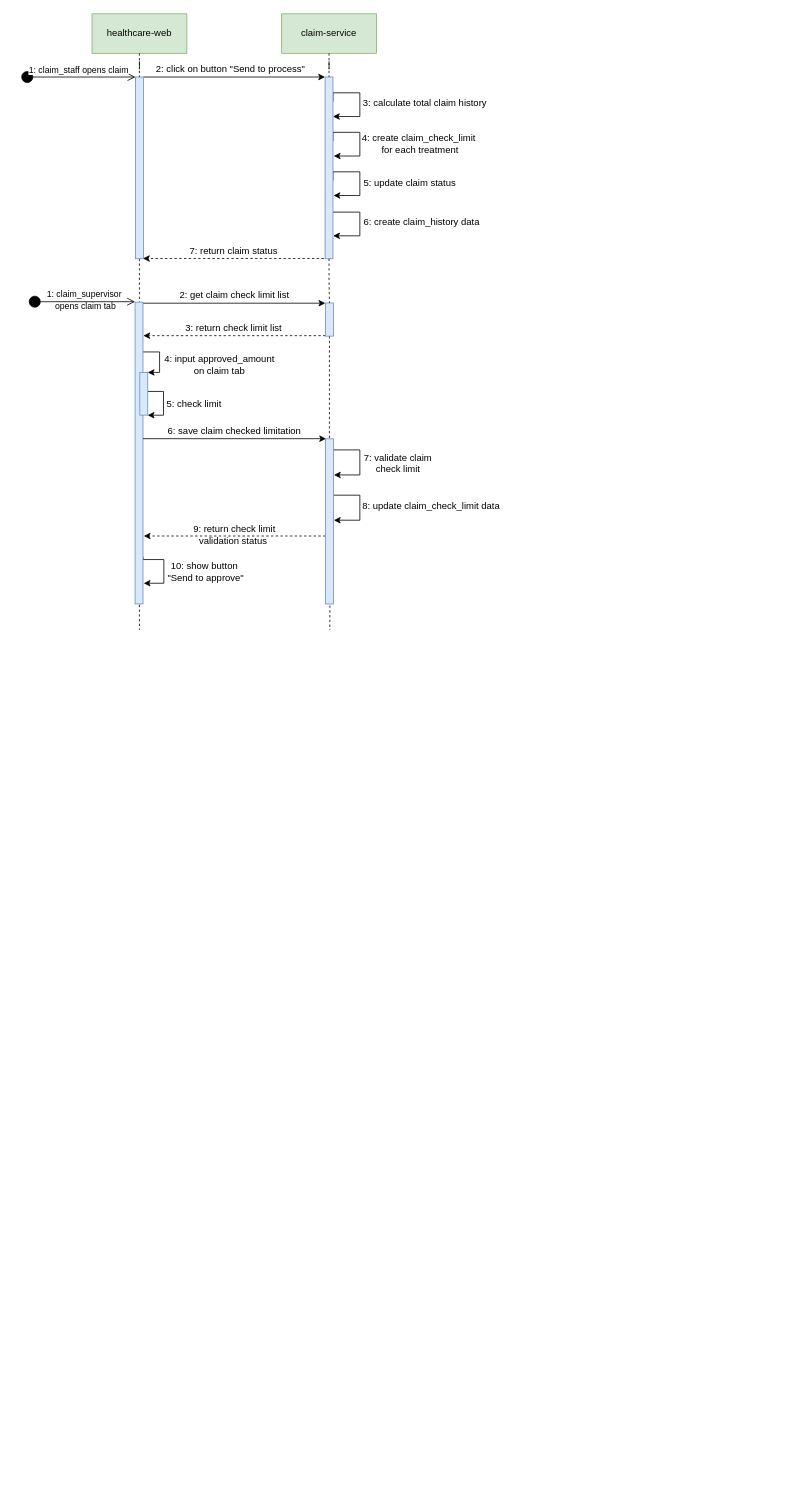
The draw.io diagram check limit.drawio in quanhieu/git-test-draw, before the edit. Source tidied: cells renumbered, new cells numbered last; positions are measured from the earlier drawing's top-left corner, leaving out a move shared by most shapes. Both pictures are drawn from the tidied source at 79%, with x=0, y=0 at pixel (21, 13).
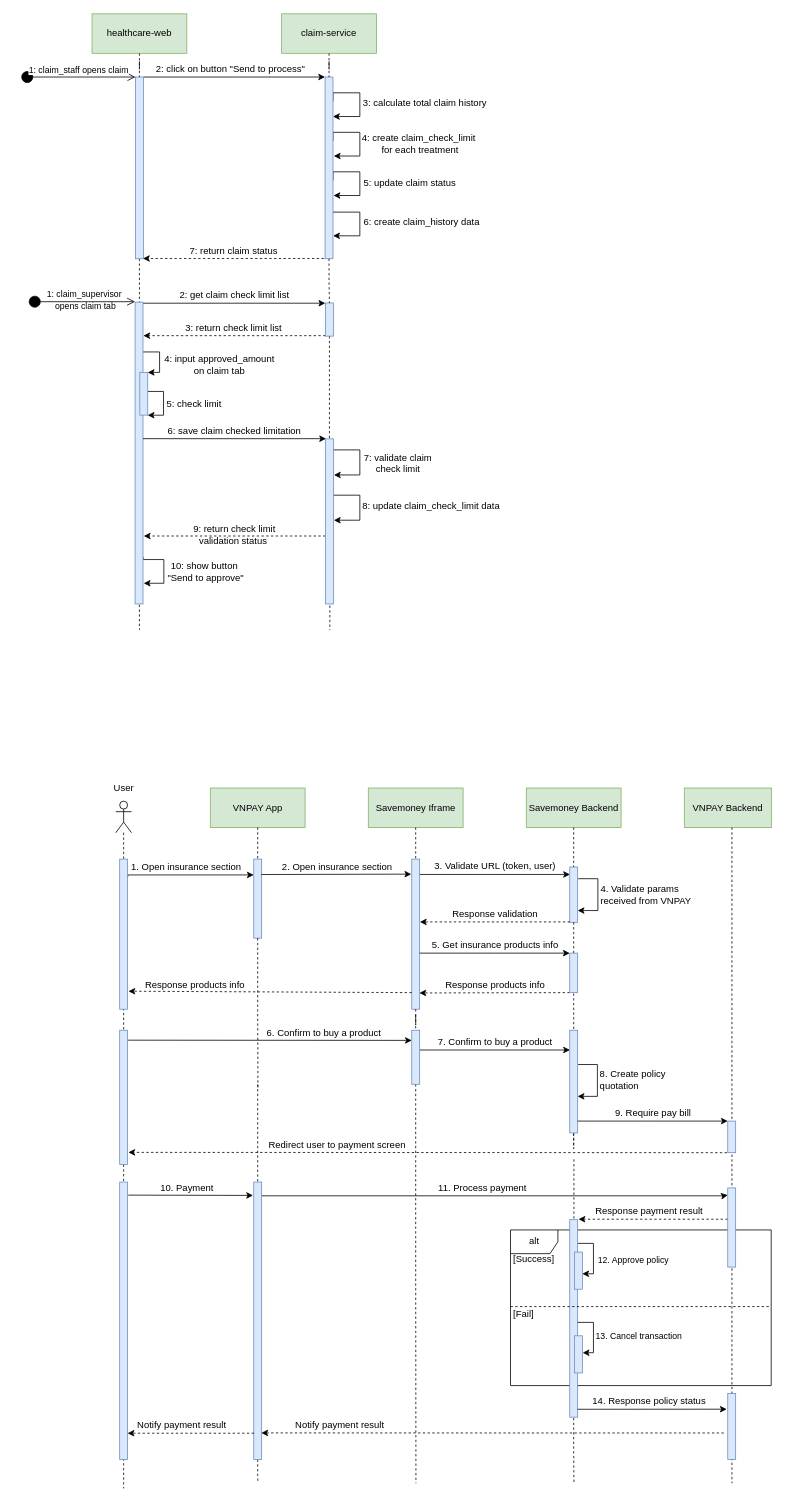
Above is the later version.

Change to the diagram source:
```diff
@@
+    <mxCell id="48" value="alt" style="shape=umlFrame;whiteSpace=wrap;html=1;" parent="1" vertex="1">
+      <mxGeometry x="619.7" y="1539.4" width="330" height="197" as="geometry" />
+    </mxCell>
+    <mxCell id="49" value="13. Cancel transaction" style="edgeLabel;html=1;align=center;verticalAlign=middle;" parent="1" vertex="1">
+      <mxGeometry x="783.7" y="1675.4" as="geometry">
+        <mxPoint x="-2" y="-2" as="offset" />
+      </mxGeometry>
+    </mxCell>
+    <mxCell id="50" style="edgeStyle=orthogonalEdgeStyle;rounded=0;jettySize=auto;html=1;dashed=1;endArrow=none;endFill=0;" parent="1" edge="1" source="102">
+      <mxGeometry relative="1" as="geometry">
+        <mxPoint x="300" y="1860" as="targetPoint" />
+      </mxGeometry>
+    </mxCell>
+    <mxCell id="51" value="VNPAY App" style="rounded=0;whiteSpace=wrap;html=1;fillColor=#d5e8d4;strokeColor=#82b366;" parent="1" vertex="1">
+      <mxGeometry x="239.7" y="980" width="120" height="50" as="geometry" />
+    </mxCell>
+    <mxCell id="52" value="Savemoney Iframe" style="rounded=0;whiteSpace=wrap;html=1;fillColor=#d5e8d4;strokeColor=#82b366;" parent="1" vertex="1">
+      <mxGeometry x="439.7" y="980" width="120" height="50" as="geometry" />
+    </mxCell>
+    <mxCell id="53" style="edgeStyle=orthogonalEdgeStyle;rounded=0;jettySize=auto;html=1;dashed=1;endArrow=none;endFill=0;strokeWidth=1;exitX=0.5;exitY=1.004;exitDx=0;exitDy=0;exitPerimeter=0;" parent="1" edge="1" source="110">
+      <mxGeometry relative="1" as="geometry">
+        <mxPoint x="700" y="1860" as="targetPoint" />
+      </mxGeometry>
+    </mxCell>
+    <mxCell id="54" value="Savemoney Backend" style="rounded=0;whiteSpace=wrap;html=1;fillColor=#d5e8d4;strokeColor=#82b366;" parent="1" vertex="1">
+      <mxGeometry x="639.7" y="980" width="120" height="50" as="geometry" />
+    </mxCell>
+    <mxCell id="55" value="VNPAY Backend" style="rounded=0;whiteSpace=wrap;html=1;fillColor=#d5e8d4;strokeColor=#82b366;" parent="1" vertex="1">
+      <mxGeometry x="839.7" y="980" width="110.3" height="50" as="geometry" />
+    </mxCell>
+    <mxCell id="56" style="html=1;points=[];perimeter=orthogonalPerimeter;fillColor=#dae8fc;strokeColor=#6c8ebf;" parent="1" vertex="1">
+      <mxGeometry x="494.7" y="1070" width="10" height="190" as="geometry" />
+    </mxCell>
+    <mxCell id="57" style="edgeStyle=orthogonalEdgeStyle;rounded=0;jettySize=auto;html=1;dashed=1;endArrow=none;endFill=0;strokeWidth=1;exitX=0.5;exitY=1;exitDx=0;exitDy=0;" parent="1" edge="1" source="52" target="56">
+      <mxGeometry relative="1" as="geometry" />
+    </mxCell>
+    <mxCell id="58" style="endArrow=classic;html=1;" parent="1" edge="1">
+      <mxGeometry relative="1" as="geometry">
+        <mxPoint x="505" y="1089.4" as="sourcePoint" />
+        <mxPoint x="695" y="1089.4" as="targetPoint" />
+        <Array as="points">
+          <mxPoint x="590" y="1089.4" />
+        </Array>
+      </mxGeometry>
+    </mxCell>
+    <mxCell id="59" style="edgeStyle=orthogonalEdgeStyle;rounded=0;orthogonalLoop=1;jettySize=auto;html=1;entryX=0.945;entryY=0.703;entryDx=0;entryDy=0;entryPerimeter=0;" parent="1" edge="1">
+      <mxGeometry relative="1" as="geometry">
+        <mxPoint x="705.3" y="1094.8" as="sourcePoint" />
+        <mxPoint x="704.7" y="1135.1" as="targetPoint" />
+        <Array as="points">
+          <mxPoint x="730.3" y="1094.8" />
+          <mxPoint x="730.3" y="1134.8" />
+        </Array>
+      </mxGeometry>
+    </mxCell>
+    <mxCell id="60" style="html=1;points=[];perimeter=orthogonalPerimeter;fillColor=#dae8fc;strokeColor=#6c8ebf;" parent="1" vertex="1">
+      <mxGeometry x="694.7" y="1080" width="10" height="70" as="geometry" />
+    </mxCell>
+    <mxCell id="61" style="edgeStyle=orthogonalEdgeStyle;rounded=0;jettySize=auto;html=1;dashed=1;endArrow=none;endFill=0;strokeWidth=1;" parent="1" edge="1" source="54" target="60">
+      <mxGeometry relative="1" as="geometry" />
+    </mxCell>
+    <mxCell id="62" value="3. Validate URL (token, user)" style="text;html=1;align=center;verticalAlign=middle;" parent="1" vertex="1">
+      <mxGeometry x="515" y="1069.4" width="170" height="20" as="geometry" />
+    </mxCell>
+    <mxCell id="63" style="endArrow=classic;html=1;dashed=1;" parent="1" edge="1">
+      <mxGeometry relative="1" as="geometry">
+        <mxPoint x="695" y="1149.5" as="sourcePoint" />
+        <mxPoint x="505" y="1149.5" as="targetPoint" />
+      </mxGeometry>
+    </mxCell>
+    <mxCell id="64" value="Response validation" style="text;html=1;align=center;verticalAlign=middle;" parent="1" vertex="1">
+      <mxGeometry x="540" y="1129.5" width="120" height="20" as="geometry" />
+    </mxCell>
+    <mxCell id="65" style="endArrow=classic;html=1;" parent="1" edge="1">
+      <mxGeometry relative="1" as="geometry">
+        <mxPoint x="504.7" y="1189" as="sourcePoint" />
+        <mxPoint x="694.7" y="1189" as="targetPoint" />
+        <Array as="points">
+          <mxPoint x="589.7" y="1189" />
+        </Array>
+      </mxGeometry>
+    </mxCell>
+    <mxCell id="66" style="endArrow=classic;html=1;dashed=1;entryX=0.971;entryY=0.659;entryDx=0;entryDy=0;entryPerimeter=0;" parent="1" edge="1" source="90">
+      <mxGeometry relative="1" as="geometry">
+        <mxPoint x="504.4" y="1239.4" as="targetPoint" />
+      </mxGeometry>
+    </mxCell>
+    <mxCell id="67" value="Response products info" style="text;html=1;align=center;verticalAlign=middle;" parent="1" vertex="1">
+      <mxGeometry x="529.7" y="1219" width="140" height="20" as="geometry" />
+    </mxCell>
+    <mxCell id="68" value="5. Get insurance products info" style="text;html=1;align=center;verticalAlign=middle;" parent="1" vertex="1">
+      <mxGeometry x="509.7" y="1169" width="180" height="20" as="geometry" />
+    </mxCell>
+    <mxCell id="69" value="4. Validate params&lt;br&gt;received from VNPAY" style="text;html=1;align=left;verticalAlign=middle;" parent="1" vertex="1">
+      <mxGeometry x="732.3" y="1100" width="130" height="30" as="geometry" />
+    </mxCell>
+    <mxCell id="70" style="edgeStyle=orthogonalEdgeStyle;rounded=0;jettySize=auto;html=1;dashed=1;endArrow=none;endFill=0;strokeWidth=1;" parent="1" edge="1" source="84">
+      <mxGeometry relative="1" as="geometry">
+        <mxPoint x="699.7" y="1360" as="targetPoint" />
+      </mxGeometry>
+    </mxCell>
+    <mxCell id="71" style="shape=umlLifeline;participant=umlActor;perimeter=lifelinePerimeter;whiteSpace=wrap;html=1;verticalAlign=top;spacingTop=36;shadow=0;" parent="1" vertex="1">
+      <mxGeometry x="120" y="996.6" width="20" height="870" as="geometry" />
+    </mxCell>
+    <mxCell id="72" style="html=1;points=[];perimeter=orthogonalPerimeter;shadow=0;fillColor=#dae8fc;strokeColor=#6c8ebf;" parent="71" vertex="1">
+      <mxGeometry x="5" y="290" width="10" height="170" as="geometry" />
+    </mxCell>
+    <mxCell id="73" style="html=1;perimeter=orthogonalPerimeter;fillColor=#dae8fc;strokeColor=#6c8ebf;" parent="71" vertex="1">
+      <mxGeometry x="5" y="482.2" width="10" height="351.2" as="geometry" />
+    </mxCell>
+    <mxCell id="74" value="1. Open insurance section" style="text;html=1;align=center;verticalAlign=middle;" parent="1" vertex="1">
+      <mxGeometry x="134" y="1070" width="150" height="20" as="geometry" />
+    </mxCell>
+    <mxCell id="75" style="edgeStyle=orthogonalEdgeStyle;rounded=0;jettySize=auto;html=1;exitX=1.019;exitY=0.03;exitDx=0;exitDy=0;exitPerimeter=0;" parent="1" edge="1" target="76">
+      <mxGeometry relative="1" as="geometry">
+        <mxPoint x="135.2" y="1092.8" as="sourcePoint" />
+        <Array as="points">
+          <mxPoint x="135" y="1090" />
+        </Array>
+      </mxGeometry>
+    </mxCell>
+    <mxCell id="76" style="html=1;points=[];perimeter=orthogonalPerimeter;fillColor=#dae8fc;strokeColor=#6c8ebf;" parent="1" vertex="1">
+      <mxGeometry x="294.7" y="1070" width="10" height="100" as="geometry" />
+    </mxCell>
+    <mxCell id="77" style="edgeStyle=orthogonalEdgeStyle;rounded=0;jettySize=auto;html=1;dashed=1;endArrow=none;endFill=0;" parent="1" edge="1" source="51" target="76">
+      <mxGeometry relative="1" as="geometry" />
+    </mxCell>
+    <mxCell id="78" value="2. Open insurance section" style="text;html=1;align=center;verticalAlign=middle;" parent="1" vertex="1">
+      <mxGeometry x="324.7" y="1070" width="150" height="20" as="geometry" />
+    </mxCell>
+    <mxCell id="79" style="endArrow=classic;html=1;dashed=1;entryX=1.115;entryY=0.22;entryDx=0;entryDy=0;entryPerimeter=0;" parent="1" edge="1">
+      <mxGeometry relative="1" as="geometry">
+        <mxPoint x="494.7" y="1239" as="sourcePoint" />
+        <mxPoint x="136.1" y="1237.2" as="targetPoint" />
+      </mxGeometry>
+    </mxCell>
+    <mxCell id="80" value="Response products info" style="text;html=1;align=center;verticalAlign=middle;" parent="1" vertex="1">
+      <mxGeometry x="150" y="1219" width="140" height="20" as="geometry" />
+    </mxCell>
+    <mxCell id="81" value="6. Confirm to buy a product&amp;nbsp;" style="text;html=1;align=center;verticalAlign=middle;" parent="1" vertex="1">
+      <mxGeometry x="304.7" y="1280" width="160" height="20" as="geometry" />
+    </mxCell>
+    <mxCell id="82" style="endArrow=classic;html=1;" parent="1" edge="1">
+      <mxGeometry relative="1" as="geometry">
+        <mxPoint x="505" y="1311.6" as="sourcePoint" />
+        <mxPoint x="695" y="1311.6" as="targetPoint" />
+        <Array as="points">
+          <mxPoint x="590" y="1311.6" />
+        </Array>
+      </mxGeometry>
+    </mxCell>
+    <mxCell id="83" value="7. Confirm to buy a product" style="text;html=1;align=center;verticalAlign=middle;" parent="1" vertex="1">
+      <mxGeometry x="520" y="1291.6" width="160" height="20" as="geometry" />
+    </mxCell>
+    <mxCell id="84" style="html=1;points=[];perimeter=orthogonalPerimeter;fillColor=#dae8fc;strokeColor=#6c8ebf;" parent="1" vertex="1">
+      <mxGeometry x="694.7" y="1286.6" width="10" height="130" as="geometry" />
+    </mxCell>
+    <mxCell id="85" style="edgeStyle=orthogonalEdgeStyle;rounded=0;jettySize=auto;html=1;dashed=1;endArrow=none;endFill=0;strokeWidth=1;" parent="1" edge="1" source="60" target="84">
+      <mxGeometry relative="1" as="geometry" />
+    </mxCell>
+    <mxCell id="86" style="edgeStyle=orthogonalEdgeStyle;rounded=0;orthogonalLoop=1;jettySize=auto;html=1;entryX=0.945;entryY=0.703;entryDx=0;entryDy=0;entryPerimeter=0;" parent="1" edge="1">
+      <mxGeometry relative="1" as="geometry">
+        <mxPoint x="705.3" y="1330" as="sourcePoint" />
+        <mxPoint x="704.7" y="1370.3" as="targetPoint" />
+        <Array as="points">
+          <mxPoint x="729.7" y="1330" />
+          <mxPoint x="729.7" y="1370" />
+        </Array>
+      </mxGeometry>
+    </mxCell>
+    <mxCell id="87" value="8. Create policy &lt;br&gt;quotation" style="text;html=1;align=left;verticalAlign=middle;" parent="1" vertex="1">
+      <mxGeometry x="730.7" y="1334" width="100" height="30" as="geometry" />
+    </mxCell>
+    <mxCell id="88" style="endArrow=classic;html=1;" parent="1" edge="1">
+      <mxGeometry relative="1" as="geometry">
+        <mxPoint x="704.7" y="1401.6" as="sourcePoint" />
+        <mxPoint x="894.7" y="1401.6" as="targetPoint" />
+        <Array as="points">
+          <mxPoint x="789.7" y="1401.6" />
+        </Array>
+      </mxGeometry>
+    </mxCell>
+    <mxCell id="89" value="9. Require pay bill" style="text;html=1;align=center;verticalAlign=middle;" parent="1" vertex="1">
+      <mxGeometry x="744.7" y="1381.6" width="110" height="20" as="geometry" />
+    </mxCell>
+    <mxCell id="90" style="html=1;points=[];perimeter=orthogonalPerimeter;fillColor=#dae8fc;strokeColor=#6c8ebf;" parent="1" vertex="1">
+      <mxGeometry x="694.7" y="1189" width="10" height="50" as="geometry" />
+    </mxCell>
+    <mxCell id="91" style="endArrow=classic;html=1;dashed=1;entryX=1.102;entryY=0.519;entryDx=0;entryDy=0;entryPerimeter=0;" parent="1" edge="1">
+      <mxGeometry relative="1" as="geometry">
+        <mxPoint x="893.7" y="1441.6" as="sourcePoint" />
+        <mxPoint x="136" y="1441.2" as="targetPoint" />
+      </mxGeometry>
+    </mxCell>
+    <mxCell id="92" value="Redirect user to payment screen" style="text;html=1;align=center;verticalAlign=middle;" parent="1" vertex="1">
+      <mxGeometry x="304.7" y="1421.6" width="190" height="20" as="geometry" />
+    </mxCell>
+    <mxCell id="93" style="endArrow=classic;html=1;entryX=-0.096;entryY=0.177;entryDx=0;entryDy=0;entryPerimeter=0;exitX=1.077;exitY=0.583;exitDx=0;exitDy=0;exitPerimeter=0;" parent="1" edge="1">
+      <mxGeometry relative="1" as="geometry">
+        <mxPoint x="135.8" y="1495.3" as="sourcePoint" />
+        <mxPoint x="293.8" y="1495.7" as="targetPoint" />
+      </mxGeometry>
+    </mxCell>
+    <mxCell id="94" value="10. Payment" style="text;html=1;align=center;verticalAlign=middle;" parent="1" vertex="1">
+      <mxGeometry x="170" y="1476" width="80" height="20" as="geometry" />
+    </mxCell>
+    <mxCell id="95" style="edgeStyle=orthogonalEdgeStyle;rounded=0;orthogonalLoop=1;jettySize=auto;html=1;entryX=0.029;entryY=0.292;entryDx=0;entryDy=0;entryPerimeter=0;" parent="1" edge="1">
+      <mxGeometry relative="1" as="geometry">
+        <mxPoint x="304.4" y="1496.2" as="sourcePoint" />
+        <mxPoint x="894.7" y="1495.3" as="targetPoint" />
+        <Array as="points">
+          <mxPoint x="889.4" y="1496.2" />
+        </Array>
+      </mxGeometry>
+    </mxCell>
+    <mxCell id="96" style="edgeStyle=orthogonalEdgeStyle;rounded=0;orthogonalLoop=1;jettySize=auto;html=1;dashed=1;endArrow=none;endFill=0;" parent="1" edge="1">
+      <mxGeometry relative="1" as="geometry">
+        <mxPoint x="299.7" y="1355" as="sourcePoint" />
+        <mxPoint x="299.7" y="1499.8" as="targetPoint" />
+      </mxGeometry>
+    </mxCell>
+    <mxCell id="97" style="edgeStyle=orthogonalEdgeStyle;rounded=0;orthogonalLoop=1;jettySize=auto;html=1;dashed=1;endArrow=none;endFill=0;strokeWidth=1;" parent="1" edge="1">
+      <mxGeometry relative="1" as="geometry">
+        <mxPoint x="900" y="1030" as="sourcePoint" />
+        <mxPoint x="900" y="1860" as="targetPoint" />
+      </mxGeometry>
+    </mxCell>
+    <mxCell id="98" style="html=1;perimeter=orthogonalPerimeter;fillColor=#dae8fc;strokeColor=#6c8ebf;" parent="1" vertex="1">
+      <mxGeometry x="894.7" y="1401.6" width="10" height="40" as="geometry" />
+    </mxCell>
+    <mxCell id="99" value="11. Process payment" style="text;html=1;align=center;verticalAlign=middle;" parent="1" vertex="1">
+      <mxGeometry x="519.4" y="1476" width="130" height="20" as="geometry" />
+    </mxCell>
+    <mxCell id="100" style="edgeStyle=orthogonalEdgeStyle;rounded=0;orthogonalLoop=1;jettySize=auto;html=1;dashed=1;entryX=1.114;entryY=0.12;entryDx=0;entryDy=0;entryPerimeter=0;" parent="1" edge="1">
+      <mxGeometry relative="1" as="geometry">
+        <mxPoint x="894.7" y="1525.8" as="sourcePoint" />
+        <mxPoint x="705.8" y="1525.8" as="targetPoint" />
+        <Array as="points">
+          <mxPoint x="705.7" y="1526.2" />
+        </Array>
+      </mxGeometry>
+    </mxCell>
+    <mxCell id="101" style="html=1;perimeter=orthogonalPerimeter;fillColor=#dae8fc;strokeColor=#6c8ebf;" parent="1" vertex="1">
+      <mxGeometry x="894.7" y="1486.2" width="10" height="100.2" as="geometry" />
+    </mxCell>
+    <mxCell id="102" style="html=1;points=[];perimeter=orthogonalPerimeter;fillColor=#dae8fc;strokeColor=#6c8ebf;" parent="1" vertex="1">
+      <mxGeometry x="294.7" y="1478.8" width="10" height="351.2" as="geometry" />
+    </mxCell>
+    <mxCell id="103" style="edgeStyle=orthogonalEdgeStyle;rounded=0;jettySize=auto;html=1;dashed=1;endArrow=none;endFill=0;strokeWidth=1;exitX=0.5;exitY=1;exitDx=0;exitDy=0;" parent="1" edge="1" source="126">
+      <mxGeometry relative="1" as="geometry">
+        <mxPoint x="500" y="1860" as="targetPoint" />
+      </mxGeometry>
+    </mxCell>
+    <mxCell id="104" value="Response payment result" style="text;html=1;align=center;verticalAlign=middle;" parent="1" vertex="1">
+      <mxGeometry x="720.3" y="1506.2" width="150" height="20" as="geometry" />
+    </mxCell>
+    <mxCell id="105" style="edgeStyle=orthogonalEdgeStyle;rounded=0;jettySize=auto;html=1;entryX=0.986;entryY=0.585;entryDx=0;entryDy=0;entryPerimeter=0;" parent="1" edge="1" target="113">
+      <mxGeometry relative="1" as="geometry">
+        <mxPoint x="704.7" y="1556.4" as="sourcePoint" />
+        <Array as="points">
+          <mxPoint x="724.7" y="1556.4" />
+          <mxPoint x="724.7" y="1595.4" />
+        </Array>
+      </mxGeometry>
+    </mxCell>
+    <mxCell id="106" value="12. Approve policy" style="edgeLabel;html=1;align=center;verticalAlign=middle;" parent="105" vertex="1">
+      <mxGeometry x="-0.28" relative="1" as="geometry">
+        <mxPoint x="50" y="15" as="offset" />
+      </mxGeometry>
+    </mxCell>
+    <mxCell id="107" value="[Success]" style="text;html=1;align=center;verticalAlign=middle;" parent="1" vertex="1">
+      <mxGeometry x="613.7" y="1567.4" width="70" height="20" as="geometry" />
+    </mxCell>
+    <mxCell id="108" value="[Fail]" style="text;html=1;align=center;verticalAlign=middle;" parent="1" vertex="1">
+      <mxGeometry x="615.7" y="1636.4" width="40" height="20" as="geometry" />
+    </mxCell>
+    <mxCell id="109" style="edgeStyle=orthogonalEdgeStyle;rounded=0;orthogonalLoop=1;jettySize=auto;html=1;dashed=1;endArrow=none;endFill=0;strokeWidth=1;" parent="1" edge="1">
+      <mxGeometry relative="1" as="geometry">
+        <mxPoint x="700" y="1450" as="sourcePoint" />
+        <mxPoint x="699.7" y="1700" as="targetPoint" />
+        <Array as="points">
+          <mxPoint x="700" y="1575" />
+        </Array>
+      </mxGeometry>
+    </mxCell>
+    <mxCell id="110" style="html=1;points=[];perimeter=orthogonalPerimeter;fillColor=#dae8fc;strokeColor=#6c8ebf;" parent="1" vertex="1">
+      <mxGeometry x="694.7" y="1526.4" width="10" height="250" as="geometry" />
+    </mxCell>
+    <mxCell id="111" style="edgeStyle=orthogonalEdgeStyle;rounded=0;jettySize=auto;html=1;entryX=1.035;entryY=0.456;entryDx=0;entryDy=0;entryPerimeter=0;" parent="1" edge="1" target="112">
+      <mxGeometry relative="1" as="geometry">
+        <mxPoint x="704.7" y="1656.4" as="sourcePoint" />
+        <Array as="points">
+          <mxPoint x="724.7" y="1656.4" />
+          <mxPoint x="724.7" y="1694.4" />
+        </Array>
+      </mxGeometry>
+    </mxCell>
+    <mxCell id="112" style="html=1;points=[];perimeter=orthogonalPerimeter;fillColor=#dae8fc;strokeColor=#6c8ebf;" parent="1" vertex="1">
+      <mxGeometry x="700.7" y="1673.4" width="10" height="47" as="geometry" />
+    </mxCell>
+    <mxCell id="113" style="html=1;points=[];perimeter=orthogonalPerimeter;fillColor=#dae8fc;strokeColor=#6c8ebf;" parent="1" vertex="1">
+      <mxGeometry x="700.7" y="1567.4" width="10" height="47" as="geometry" />
+    </mxCell>
+    <mxCell id="114" style="endArrow=none;dashed=1;html=1;" parent="1" edge="1">
+      <mxGeometry relative="1" as="geometry">
+        <mxPoint x="619.7" y="1636.4" as="sourcePoint" />
+        <mxPoint x="949.7" y="1636.4" as="targetPoint" />
+      </mxGeometry>
+    </mxCell>
+    <mxCell id="115" style="endArrow=classic;html=1;dashed=1;entryX=0.96;entryY=0.94;entryDx=0;entryDy=0;entryPerimeter=0;" parent="1" edge="1">
+      <mxGeometry relative="1" as="geometry">
+        <mxPoint x="889.7" y="1796.4" as="sourcePoint" />
+        <mxPoint x="304.3" y="1796.3" as="targetPoint" />
+        <Array as="points">
+          <mxPoint x="649.7" y="1796.4" />
+        </Array>
+      </mxGeometry>
+    </mxCell>
+    <mxCell id="116" value="Notify payment result&amp;nbsp;" style="text;html=1;align=center;verticalAlign=middle;" parent="1" vertex="1">
+      <mxGeometry x="339.7" y="1776.4" width="130" height="20" as="geometry" />
+    </mxCell>
+    <mxCell id="117" style="endArrow=classic;html=1;entryX=-0.13;entryY=0.238;entryDx=0;entryDy=0;entryPerimeter=0;" parent="1" edge="1" target="119">
+      <mxGeometry relative="1" as="geometry">
+        <mxPoint x="704.7" y="1766.4" as="sourcePoint" />
+      </mxGeometry>
+    </mxCell>
+    <mxCell id="118" value="14. Response policy status" style="text;html=1;align=center;verticalAlign=middle;" parent="1" vertex="1">
+      <mxGeometry x="715.3" y="1746.4" width="160" height="20" as="geometry" />
+    </mxCell>
+    <mxCell id="119" style="html=1;points=[];perimeter=orthogonalPerimeter;fillColor=#dae8fc;strokeColor=#6c8ebf;" parent="1" vertex="1">
+      <mxGeometry x="894.7" y="1746.4" width="10" height="83.6" as="geometry" />
+    </mxCell>
+    <mxCell id="120" value="Notify payment result&amp;nbsp;" style="text;html=1;align=center;verticalAlign=middle;" parent="1" vertex="1">
+      <mxGeometry x="140" y="1776.4" width="130" height="20" as="geometry" />
+    </mxCell>
+    <mxCell id="121" style="endArrow=classic;html=1;exitX=0.033;exitY=0.941;exitDx=0;exitDy=0;exitPerimeter=0;dashed=1;" parent="1" edge="1">
+      <mxGeometry relative="1" as="geometry">
+        <mxPoint x="295" y="1796.7" as="sourcePoint" />
+        <mxPoint x="135" y="1796.7" as="targetPoint" />
+      </mxGeometry>
+    </mxCell>
+    <mxCell id="122" value="User" style="text;html=1;align=center;verticalAlign=middle;" parent="1" vertex="1">
+      <mxGeometry x="110" y="970" width="40" height="20" as="geometry" />
+    </mxCell>
+    <mxCell id="123" style="endArrow=classic;html=1;exitX=0.957;exitY=0.195;exitDx=0;exitDy=0;exitPerimeter=0;entryX=-0.06;entryY=0.1;entryDx=0;entryDy=0;entryPerimeter=0;" parent="1" edge="1" source="76" target="56">
+      <mxGeometry relative="1" as="geometry" />
+    </mxCell>
+    <mxCell id="124" style="html=1;perimeter=orthogonalPerimeter;shadow=0;fillColor=#dae8fc;strokeColor=#6c8ebf;" parent="1" vertex="1">
+      <mxGeometry x="125" y="1070" width="10" height="190" as="geometry" />
+    </mxCell>
+    <mxCell id="125" style="edgeStyle=orthogonalEdgeStyle;rounded=0;jettySize=auto;html=1;dashed=1;endArrow=none;endFill=0;" parent="1" edge="1" source="76">
+      <mxGeometry relative="1" as="geometry">
+        <mxPoint x="300" y="1360" as="targetPoint" />
+      </mxGeometry>
+    </mxCell>
+    <mxCell id="126" style="html=1;points=[];perimeter=orthogonalPerimeter;fillColor=#dae8fc;strokeColor=#6c8ebf;" parent="1" vertex="1">
+      <mxGeometry x="494.7" y="1286.6" width="10" height="68.4" as="geometry" />
+    </mxCell>
+    <mxCell id="127" style="edgeStyle=orthogonalEdgeStyle;rounded=0;jettySize=auto;html=1;dashed=1;endArrow=none;endFill=0;strokeWidth=1;exitX=0.5;exitY=1;exitDx=0;exitDy=0;" parent="1" edge="1" source="56" target="126">
+      <mxGeometry relative="1" as="geometry" />
+    </mxCell>
+    <mxCell id="128" style="endArrow=classic;html=1;entryX=0.007;entryY=0.188;entryDx=0;entryDy=0;entryPerimeter=0;exitX=1.068;exitY=0.074;exitDx=0;exitDy=0;exitPerimeter=0;" parent="1" edge="1" source="72" target="126">
+      <mxGeometry relative="1" as="geometry" />
+    </mxCell>
```
